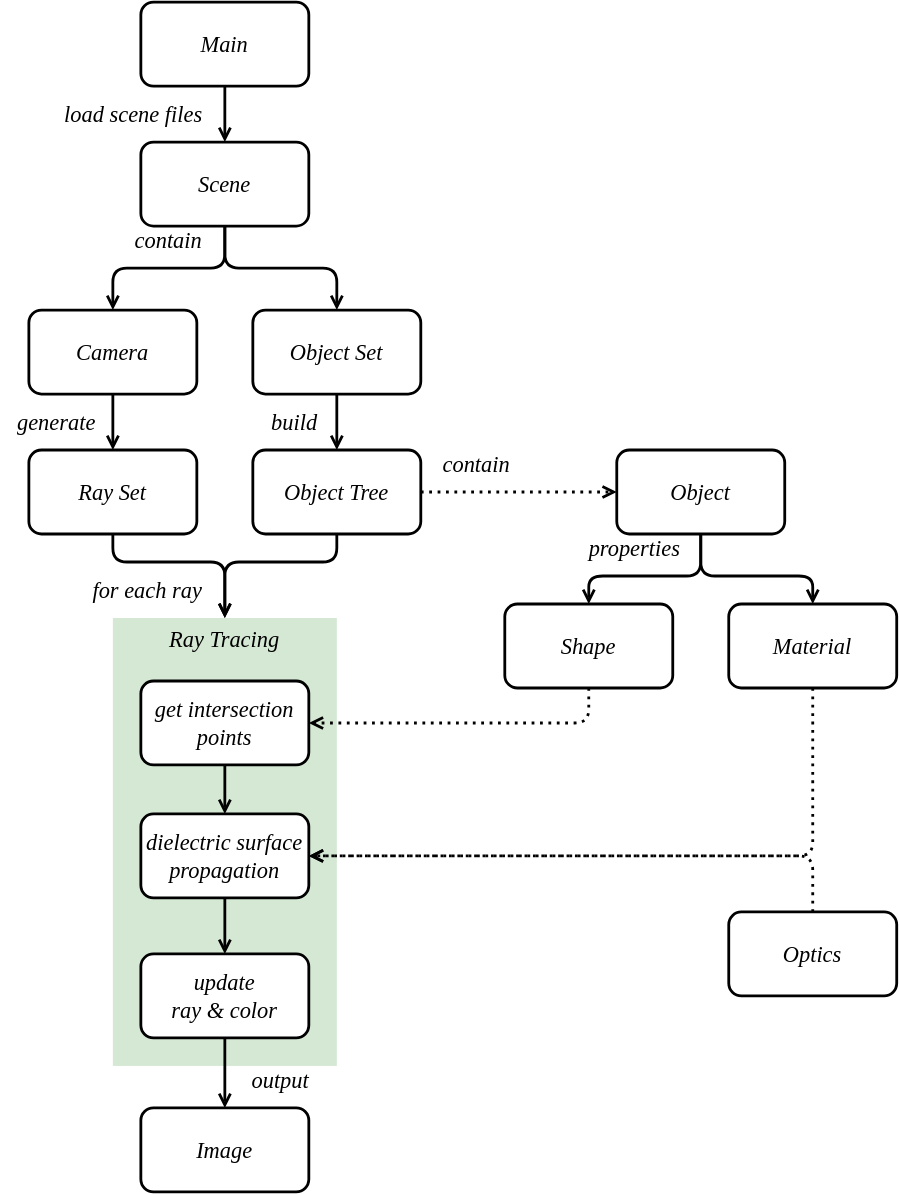
The draw.io diagram docs/assets/system2.svg in Algo2147483647/Ray, before a commit. Source tidied: cells renumbered, new cells last; positions are measured from the earlier drawing's top-left corner, leaving out a move shared by most shapes.
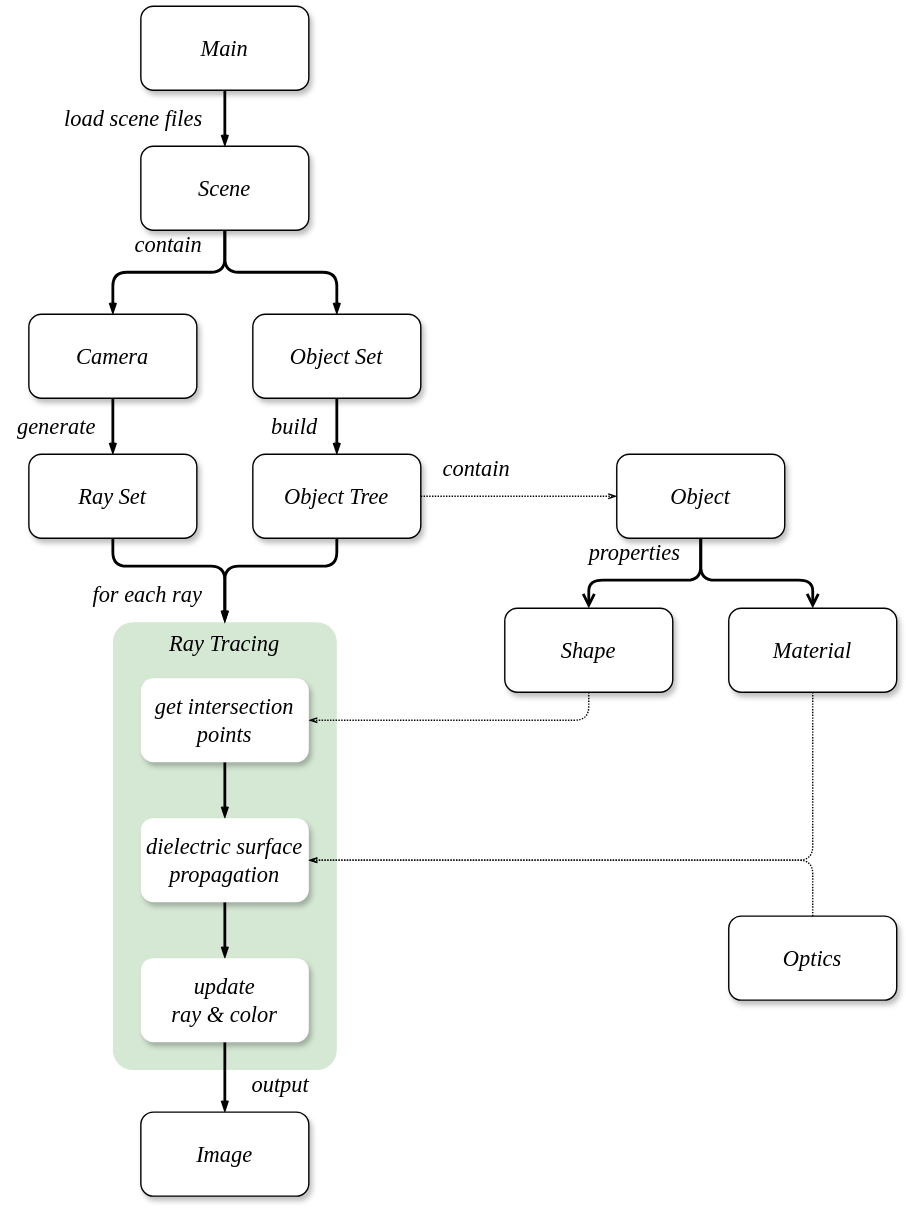
After the change.

Change to the diagram source:
```diff
@@ -4,3 +4,3 @@
     <mxCell id="1" parent="0" />
-    <mxCell id="2" style="rounded=0;whiteSpace=wrap;html=1;strokeWidth=2;fontFamily=Times New Roman;fontStyle=2;fontSize=16;fillColor=#d5e8d4;strokeColor=none;" parent="1" vertex="1">
+    <mxCell id="2" style="rounded=1;whiteSpace=wrap;html=1;strokeWidth=2;fontFamily=Times New Roman;fontStyle=2;fontSize=16;fillColor=#d5e8d4;strokeColor=none;arcSize=9;" parent="1" vertex="1">
       <mxGeometry x="80" y="440" width="160" height="320" as="geometry" />
@@ -23,6 +23,6 @@
     </mxCell>
-    <mxCell id="5" value="Object" style="rounded=1;whiteSpace=wrap;html=1;strokeWidth=2;fontFamily=Times New Roman;fontStyle=2;fontSize=16;" parent="1" vertex="1">
+    <mxCell id="5" value="Object" style="rounded=1;whiteSpace=wrap;html=1;strokeWidth=1;fontFamily=Times New Roman;fontStyle=2;fontSize=16;shadow=1;" parent="1" vertex="1">
       <mxGeometry x="440" y="320" width="120" height="60" as="geometry" />
     </mxCell>
-    <mxCell id="6" style="edgeStyle=orthogonalEdgeStyle;shape=connector;curved=0;rounded=1;jettySize=auto;html=1;entryX=1;entryY=0.5;entryDx=0;entryDy=0;strokeColor=default;strokeWidth=2;align=center;verticalAlign=middle;fontFamily=Helvetica;fontSize=11;fontColor=default;labelBackgroundColor=default;endArrow=open;endFill=0;dashed=1;dashPattern=1 2;" parent="1" edge="1" source="7" target="29">
+    <mxCell id="6" style="edgeStyle=orthogonalEdgeStyle;shape=connector;curved=0;rounded=1;jettySize=auto;html=1;entryX=1;entryY=0.5;entryDx=0;entryDy=0;strokeColor=default;strokeWidth=1;align=center;verticalAlign=middle;fontFamily=Helvetica;fontSize=11;fontColor=default;labelBackgroundColor=default;endArrow=openThin;endFill=0;dashed=1;dashPattern=1 1;endSize=4;" parent="1" edge="1" source="7" target="29">
       <mxGeometry relative="1" as="geometry">
@@ -33,3 +33,3 @@
     </mxCell>
-    <mxCell id="7" value="Material" style="rounded=1;whiteSpace=wrap;html=1;strokeWidth=2;fontFamily=Times New Roman;fontStyle=2;fontSize=16;" parent="1" vertex="1">
+    <mxCell id="7" value="Material" style="rounded=1;whiteSpace=wrap;html=1;strokeWidth=1;fontFamily=Times New Roman;fontStyle=2;fontSize=16;shadow=1;" parent="1" vertex="1">
       <mxGeometry x="520" y="430" width="120" height="60" as="geometry" />
@@ -39,6 +39,6 @@
     </mxCell>
-    <mxCell id="9" style="edgeStyle=orthogonalEdgeStyle;shape=connector;curved=0;rounded=1;jettySize=auto;html=1;entryX=1;entryY=0.5;entryDx=0;entryDy=0;strokeColor=default;strokeWidth=2;align=center;verticalAlign=middle;fontFamily=Helvetica;fontSize=11;fontColor=default;labelBackgroundColor=default;endArrow=open;endFill=0;dashed=1;dashPattern=1 2;" parent="1" edge="1" source="10" target="27">
+    <mxCell id="9" style="edgeStyle=orthogonalEdgeStyle;shape=connector;curved=0;rounded=1;jettySize=auto;html=1;entryX=1;entryY=0.5;entryDx=0;entryDy=0;strokeColor=default;strokeWidth=1;align=center;verticalAlign=middle;fontFamily=Helvetica;fontSize=11;fontColor=default;labelBackgroundColor=default;endArrow=openThin;endFill=0;dashed=1;dashPattern=1 1;endSize=4;" parent="1" edge="1" source="10" target="27">
       <mxGeometry relative="1" as="geometry">
         <Array as="points">
-          <mxPoint x="420" y="515" />
+          <mxPoint x="420" y="510" />
         </Array>
@@ -46,27 +46,27 @@
     </mxCell>
-    <mxCell id="10" value="Shape" style="rounded=1;whiteSpace=wrap;html=1;strokeWidth=2;fontFamily=Times New Roman;fontStyle=2;fontSize=16;" parent="1" vertex="1">
+    <mxCell id="10" value="Shape" style="rounded=1;whiteSpace=wrap;html=1;strokeWidth=1;fontFamily=Times New Roman;fontStyle=2;fontSize=16;shadow=1;" parent="1" vertex="1">
       <mxGeometry x="360" y="430" width="120" height="60" as="geometry" />
     </mxCell>
-    <mxCell id="11" style="edgeStyle=orthogonalEdgeStyle;shape=connector;curved=0;rounded=1;jettySize=auto;html=1;strokeColor=default;strokeWidth=2;align=center;verticalAlign=middle;fontFamily=Helvetica;fontSize=11;fontColor=default;labelBackgroundColor=default;endArrow=open;endFill=0;" parent="1" edge="1" source="12" target="19">
+    <mxCell id="11" style="edgeStyle=orthogonalEdgeStyle;shape=connector;curved=0;rounded=1;jettySize=auto;html=1;strokeColor=default;strokeWidth=2;align=center;verticalAlign=middle;fontFamily=Helvetica;fontSize=11;fontColor=default;labelBackgroundColor=default;endArrow=openThin;endFill=0;endSize=4;" parent="1" edge="1" source="12" target="19">
       <mxGeometry relative="1" as="geometry" />
     </mxCell>
-    <mxCell id="12" value="Camera" style="rounded=1;whiteSpace=wrap;html=1;strokeWidth=2;fontFamily=Times New Roman;fontStyle=2;fontSize=16;" parent="1" vertex="1">
+    <mxCell id="12" value="Camera" style="rounded=1;whiteSpace=wrap;html=1;strokeWidth=1;fontFamily=Times New Roman;fontStyle=2;fontSize=16;shadow=1;" parent="1" vertex="1">
       <mxGeometry x="20" y="220" width="120" height="60" as="geometry" />
     </mxCell>
-    <mxCell id="13" style="edgeStyle=orthogonalEdgeStyle;shape=connector;curved=0;rounded=1;jettySize=auto;html=1;strokeColor=default;strokeWidth=2;align=center;verticalAlign=middle;fontFamily=Helvetica;fontSize=11;fontColor=default;labelBackgroundColor=default;endArrow=open;endFill=0;" parent="1" edge="1" source="15" target="12">
+    <mxCell id="13" style="edgeStyle=orthogonalEdgeStyle;shape=connector;curved=0;rounded=1;jettySize=auto;html=1;strokeColor=default;strokeWidth=2;align=center;verticalAlign=middle;fontFamily=Helvetica;fontSize=11;fontColor=default;labelBackgroundColor=default;endArrow=openThin;endFill=0;endSize=4;" parent="1" edge="1" source="15" target="12">
       <mxGeometry relative="1" as="geometry" />
     </mxCell>
-    <mxCell id="14" style="edgeStyle=orthogonalEdgeStyle;shape=connector;curved=0;rounded=1;jettySize=auto;html=1;strokeColor=default;strokeWidth=2;align=center;verticalAlign=middle;fontFamily=Helvetica;fontSize=11;fontColor=default;labelBackgroundColor=default;endArrow=open;endFill=0;" parent="1" edge="1" source="15" target="17">
+    <mxCell id="14" style="edgeStyle=orthogonalEdgeStyle;shape=connector;curved=0;rounded=1;jettySize=auto;html=1;strokeColor=default;strokeWidth=2;align=center;verticalAlign=middle;fontFamily=Helvetica;fontSize=11;fontColor=default;labelBackgroundColor=default;endArrow=openThin;endFill=0;endSize=4;" parent="1" edge="1" source="15" target="17">
       <mxGeometry relative="1" as="geometry" />
     </mxCell>
-    <mxCell id="15" value="Scene" style="rounded=1;whiteSpace=wrap;html=1;strokeWidth=2;fontFamily=Times New Roman;fontStyle=2;fontSize=16;" parent="1" vertex="1">
+    <mxCell id="15" value="Scene" style="rounded=1;whiteSpace=wrap;html=1;strokeWidth=1;fontFamily=Times New Roman;fontStyle=2;fontSize=16;shadow=1;" parent="1" vertex="1">
       <mxGeometry x="100" y="100" width="120" height="60" as="geometry" />
     </mxCell>
-    <mxCell id="16" style="edgeStyle=orthogonalEdgeStyle;shape=connector;curved=0;rounded=1;jettySize=auto;html=1;strokeColor=default;strokeWidth=2;align=center;verticalAlign=middle;fontFamily=Helvetica;fontSize=11;fontColor=default;labelBackgroundColor=default;endArrow=open;endFill=0;" parent="1" edge="1" source="17" target="23">
+    <mxCell id="16" style="edgeStyle=orthogonalEdgeStyle;shape=connector;curved=0;rounded=1;jettySize=auto;html=1;strokeColor=default;strokeWidth=2;align=center;verticalAlign=middle;fontFamily=Helvetica;fontSize=11;fontColor=default;labelBackgroundColor=default;endArrow=openThin;endFill=0;endSize=4;" parent="1" edge="1" source="17" target="23">
       <mxGeometry relative="1" as="geometry" />
     </mxCell>
-    <mxCell id="17" value="Object Set" style="rounded=1;whiteSpace=wrap;html=1;strokeWidth=2;fontFamily=Times New Roman;fontStyle=2;fontSize=16;" parent="1" vertex="1">
+    <mxCell id="17" value="Object Set" style="rounded=1;whiteSpace=wrap;html=1;strokeWidth=1;fontFamily=Times New Roman;fontStyle=2;fontSize=16;shadow=1;" parent="1" vertex="1">
       <mxGeometry x="180" y="220" width="120" height="60" as="geometry" />
     </mxCell>
-    <mxCell id="18" style="edgeStyle=orthogonalEdgeStyle;shape=connector;curved=0;rounded=1;jettySize=auto;html=1;strokeColor=default;strokeWidth=2;align=center;verticalAlign=middle;fontFamily=Helvetica;fontSize=11;fontColor=default;labelBackgroundColor=default;endArrow=open;endFill=0;" parent="1" edge="1" source="19" target="2">
+    <mxCell id="18" style="edgeStyle=orthogonalEdgeStyle;shape=connector;curved=0;rounded=1;jettySize=auto;html=1;strokeColor=default;strokeWidth=2;align=center;verticalAlign=middle;fontFamily=Helvetica;fontSize=11;fontColor=default;labelBackgroundColor=default;endArrow=openThin;endFill=0;endSize=4;" parent="1" edge="1" source="19" target="2">
       <mxGeometry relative="1" as="geometry">
@@ -78,3 +78,3 @@
     </mxCell>
-    <mxCell id="19" value="Ray Set" style="rounded=1;whiteSpace=wrap;html=1;strokeWidth=2;fontFamily=Times New Roman;fontStyle=2;fontSize=16;" parent="1" vertex="1">
+    <mxCell id="19" value="Ray Set" style="rounded=1;whiteSpace=wrap;html=1;strokeWidth=1;fontFamily=Times New Roman;fontStyle=2;fontSize=16;shadow=1;" parent="1" vertex="1">
       <mxGeometry x="20" y="320" width="120" height="60" as="geometry" />
@@ -84,3 +84,3 @@
     </mxCell>
-    <mxCell id="21" style="edgeStyle=orthogonalEdgeStyle;shape=connector;curved=0;rounded=1;jettySize=auto;html=1;entryX=0.5;entryY=0;entryDx=0;entryDy=0;strokeColor=default;strokeWidth=2;align=center;verticalAlign=middle;fontFamily=Helvetica;fontSize=11;fontColor=default;labelBackgroundColor=default;endArrow=open;endFill=0;" parent="1" edge="1" source="23" target="2">
+    <mxCell id="21" style="edgeStyle=orthogonalEdgeStyle;shape=connector;curved=0;rounded=1;jettySize=auto;html=1;entryX=0.5;entryY=0;entryDx=0;entryDy=0;strokeColor=default;strokeWidth=2;align=center;verticalAlign=middle;fontFamily=Helvetica;fontSize=11;fontColor=default;labelBackgroundColor=default;endArrow=openThin;endFill=0;endSize=4;" parent="1" edge="1" source="23" target="2">
       <mxGeometry relative="1" as="geometry">
@@ -92,6 +92,6 @@
     </mxCell>
-    <mxCell id="22" style="edgeStyle=orthogonalEdgeStyle;shape=connector;curved=0;rounded=1;jettySize=auto;html=1;dashed=1;dashPattern=1 2;strokeColor=default;strokeWidth=2;align=center;verticalAlign=middle;fontFamily=Helvetica;fontSize=11;fontColor=default;labelBackgroundColor=default;endArrow=open;endFill=0;" parent="1" edge="1" source="23" target="5">
+    <mxCell id="22" style="edgeStyle=orthogonalEdgeStyle;shape=connector;curved=0;rounded=1;jettySize=auto;html=1;dashed=1;dashPattern=1 1;strokeColor=default;strokeWidth=1;align=center;verticalAlign=middle;fontFamily=Helvetica;fontSize=11;fontColor=default;labelBackgroundColor=default;endArrow=openThin;endFill=0;endSize=4;" parent="1" edge="1" source="23" target="5">
       <mxGeometry relative="1" as="geometry" />
     </mxCell>
-    <mxCell id="23" value="Object Tree" style="rounded=1;whiteSpace=wrap;html=1;strokeWidth=2;fontFamily=Times New Roman;fontStyle=2;fontSize=16;" parent="1" vertex="1">
+    <mxCell id="23" value="Object Tree" style="rounded=1;whiteSpace=wrap;html=1;strokeWidth=1;fontFamily=Times New Roman;fontStyle=2;fontSize=16;shadow=1;" parent="1" vertex="1">
       <mxGeometry x="180" y="320" width="120" height="60" as="geometry" />
@@ -104,12 +104,12 @@
     </mxCell>
-    <mxCell id="26" style="edgeStyle=orthogonalEdgeStyle;shape=connector;curved=0;rounded=1;jettySize=auto;html=1;strokeColor=default;strokeWidth=2;align=center;verticalAlign=middle;fontFamily=Helvetica;fontSize=11;fontColor=default;labelBackgroundColor=default;endArrow=open;endFill=0;" parent="1" edge="1" source="27" target="29">
+    <mxCell id="26" style="edgeStyle=orthogonalEdgeStyle;shape=connector;curved=0;rounded=1;jettySize=auto;html=1;strokeColor=default;strokeWidth=2;align=center;verticalAlign=middle;fontFamily=Helvetica;fontSize=11;fontColor=default;labelBackgroundColor=default;endArrow=openThin;endFill=0;endSize=4;" parent="1" edge="1" source="27" target="29">
       <mxGeometry relative="1" as="geometry" />
     </mxCell>
-    <mxCell id="27" value="get intersection points" style="rounded=1;whiteSpace=wrap;html=1;strokeWidth=2;fontFamily=Times New Roman;fontStyle=2;fontSize=16;" parent="1" vertex="1">
-      <mxGeometry x="100" y="485" width="120" height="60" as="geometry" />
+    <mxCell id="27" value="get intersection points" style="rounded=1;whiteSpace=wrap;html=1;strokeWidth=2;fontFamily=Times New Roman;fontStyle=2;fontSize=16;shadow=1;strokeColor=none;" parent="1" vertex="1">
+      <mxGeometry x="100" y="480" width="120" height="60" as="geometry" />
     </mxCell>
-    <mxCell id="28" style="edgeStyle=orthogonalEdgeStyle;shape=connector;curved=0;rounded=1;jettySize=auto;html=1;strokeColor=default;strokeWidth=2;align=center;verticalAlign=middle;fontFamily=Helvetica;fontSize=11;fontColor=default;labelBackgroundColor=default;endArrow=open;endFill=0;" parent="1" edge="1" source="29" target="33">
+    <mxCell id="28" style="edgeStyle=orthogonalEdgeStyle;shape=connector;curved=0;rounded=1;jettySize=auto;html=1;strokeColor=default;strokeWidth=2;align=center;verticalAlign=middle;fontFamily=Helvetica;fontSize=11;fontColor=default;labelBackgroundColor=default;endArrow=openThin;endFill=0;endSize=4;" parent="1" edge="1" source="29" target="33">
       <mxGeometry relative="1" as="geometry" />
     </mxCell>
-    <mxCell id="29" value="dielectric surface propagation" style="rounded=1;whiteSpace=wrap;html=1;strokeWidth=2;fontFamily=Times New Roman;fontStyle=2;fontSize=16;" parent="1" vertex="1">
+    <mxCell id="29" value="dielectric surface propagation" style="rounded=1;whiteSpace=wrap;html=1;strokeWidth=2;fontFamily=Times New Roman;fontStyle=2;fontSize=16;shadow=1;strokeColor=none;" parent="1" vertex="1">
       <mxGeometry x="100" y="580" width="120" height="60" as="geometry" />
@@ -122,9 +122,9 @@
     </mxCell>
-    <mxCell id="32" style="edgeStyle=orthogonalEdgeStyle;shape=connector;curved=0;rounded=1;jettySize=auto;html=1;strokeColor=default;strokeWidth=2;align=center;verticalAlign=middle;fontFamily=Helvetica;fontSize=11;fontColor=default;labelBackgroundColor=default;endArrow=open;endFill=0;" parent="1" edge="1" source="33" target="40">
+    <mxCell id="32" style="edgeStyle=orthogonalEdgeStyle;shape=connector;curved=0;rounded=1;jettySize=auto;html=1;strokeColor=default;strokeWidth=2;align=center;verticalAlign=middle;fontFamily=Helvetica;fontSize=11;fontColor=default;labelBackgroundColor=default;endArrow=openThin;endFill=0;endSize=4;" parent="1" edge="1" source="33" target="40">
       <mxGeometry relative="1" as="geometry" />
     </mxCell>
-    <mxCell id="33" value="update&lt;div&gt;ray &amp;amp; color&lt;/div&gt;" style="rounded=1;whiteSpace=wrap;html=1;strokeWidth=2;fontFamily=Times New Roman;fontStyle=2;fontSize=16;" parent="1" vertex="1">
+    <mxCell id="33" value="update&lt;div&gt;ray &amp;amp; color&lt;/div&gt;" style="rounded=1;whiteSpace=wrap;html=1;strokeWidth=2;fontFamily=Times New Roman;fontStyle=2;fontSize=16;shadow=1;strokeColor=none;" parent="1" vertex="1">
       <mxGeometry x="100" y="680" width="120" height="60" as="geometry" />
     </mxCell>
-    <mxCell id="34" style="edgeStyle=orthogonalEdgeStyle;shape=connector;curved=0;rounded=1;jettySize=auto;html=1;entryX=1;entryY=0.5;entryDx=0;entryDy=0;strokeColor=default;strokeWidth=2;align=center;verticalAlign=middle;fontFamily=Helvetica;fontSize=11;fontColor=default;labelBackgroundColor=default;endArrow=open;endFill=0;dashed=1;dashPattern=1 2;" parent="1" edge="1" source="35" target="29">
+    <mxCell id="34" style="edgeStyle=orthogonalEdgeStyle;shape=connector;curved=0;rounded=1;jettySize=auto;html=1;entryX=1;entryY=0.5;entryDx=0;entryDy=0;strokeColor=default;strokeWidth=1;align=center;verticalAlign=middle;fontFamily=Helvetica;fontSize=11;fontColor=default;labelBackgroundColor=default;endArrow=openThin;endFill=0;dashed=1;dashPattern=1 1;endSize=4;" parent="1" edge="1" source="35" target="29">
       <mxGeometry relative="1" as="geometry">
@@ -135,9 +135,9 @@
     </mxCell>
-    <mxCell id="35" value="Optics" style="rounded=1;whiteSpace=wrap;html=1;strokeWidth=2;fontFamily=Times New Roman;fontStyle=2;fontSize=16;" parent="1" vertex="1">
+    <mxCell id="35" value="Optics" style="rounded=1;whiteSpace=wrap;html=1;strokeWidth=1;fontFamily=Times New Roman;fontStyle=2;fontSize=16;shadow=1;" parent="1" vertex="1">
       <mxGeometry x="520" y="650" width="120" height="60" as="geometry" />
     </mxCell>
-    <mxCell id="36" style="edgeStyle=orthogonalEdgeStyle;shape=connector;curved=0;rounded=1;jettySize=auto;html=1;strokeColor=default;strokeWidth=2;align=center;verticalAlign=middle;fontFamily=Helvetica;fontSize=11;fontColor=default;labelBackgroundColor=default;endArrow=open;endFill=0;" parent="1" edge="1" source="37" target="15">
+    <mxCell id="36" style="edgeStyle=orthogonalEdgeStyle;shape=connector;curved=0;rounded=1;jettySize=auto;html=1;strokeColor=default;strokeWidth=2;align=center;verticalAlign=middle;fontFamily=Helvetica;fontSize=11;fontColor=default;labelBackgroundColor=default;endArrow=openThin;endFill=0;endSize=4;" parent="1" edge="1" source="37" target="15">
       <mxGeometry relative="1" as="geometry" />
     </mxCell>
-    <mxCell id="37" value="Main" style="rounded=1;whiteSpace=wrap;html=1;strokeWidth=2;fontFamily=Times New Roman;fontStyle=2;fontSize=16;" parent="1" vertex="1">
+    <mxCell id="37" value="Main" style="rounded=1;whiteSpace=wrap;html=1;strokeWidth=1;fontFamily=Times New Roman;fontStyle=2;fontSize=16;shadow=1;" parent="1" vertex="1">
       <mxGeometry x="100" width="120" height="60" as="geometry" />
@@ -150,3 +150,3 @@
     </mxCell>
-    <mxCell id="40" value="Image" style="rounded=1;whiteSpace=wrap;html=1;strokeWidth=2;fontFamily=Times New Roman;fontStyle=2;fontSize=16;" parent="1" vertex="1">
+    <mxCell id="40" value="Image" style="rounded=1;whiteSpace=wrap;html=1;strokeWidth=1;fontFamily=Times New Roman;fontStyle=2;fontSize=16;shadow=1;" parent="1" vertex="1">
       <mxGeometry x="100" y="790" width="120" height="60" as="geometry" />
```
